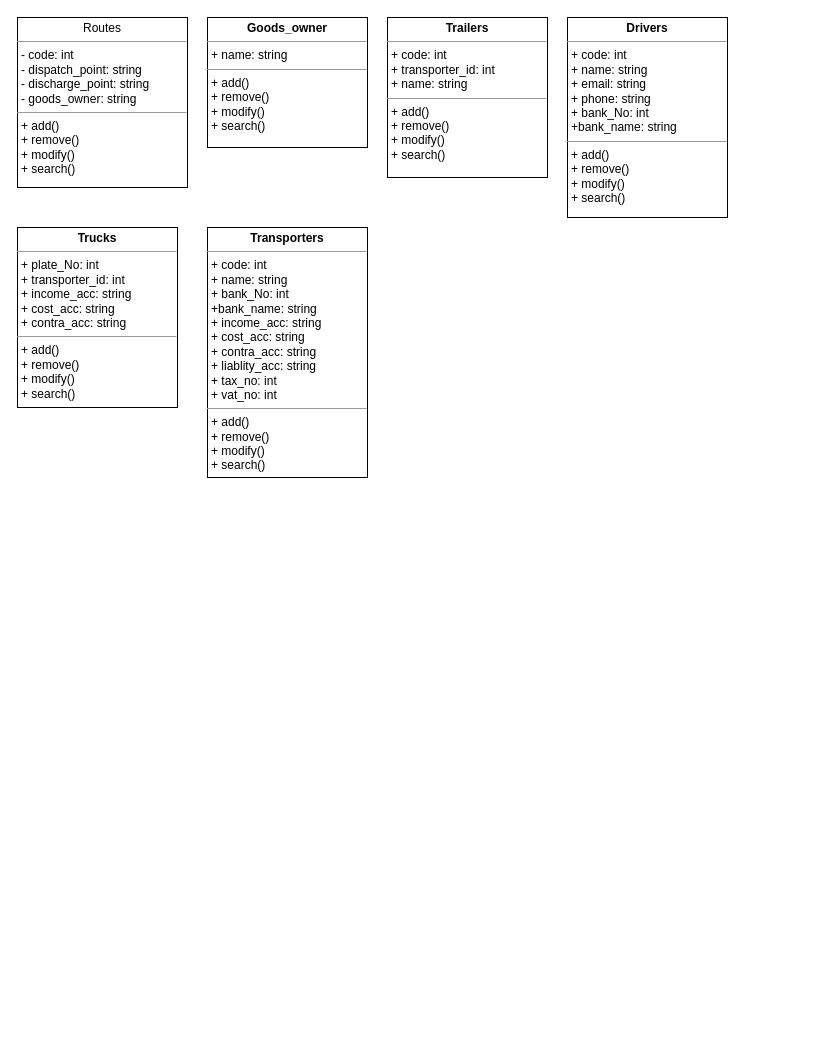
amrawni33/Transfer keeps this draw.io diagram as class diagram.drawio. Above is the earlier version. Source tidied: cells renumbered, new cells numbered last; positions are measured from the earlier drawing's top-left corner, leaving out a move shared by most shapes. Both pictures are drawn from the tidied source at 100%, with x=0, y=0 at pixel (17, 17).
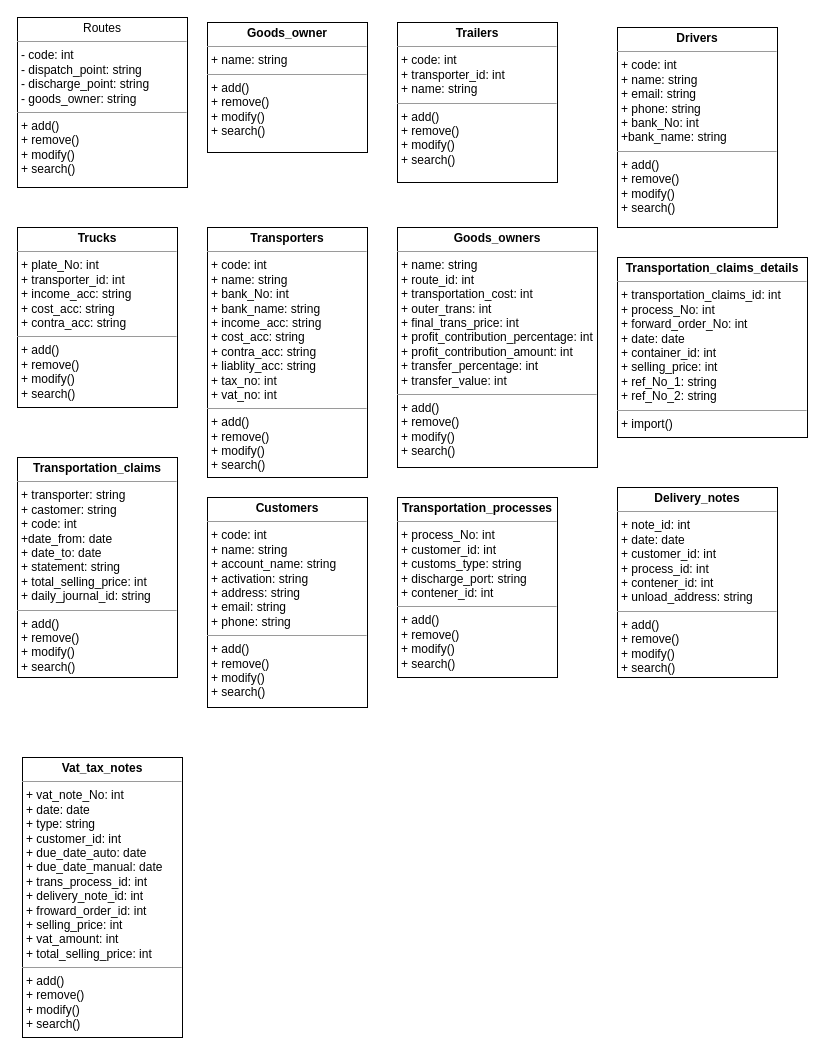
The same diagram, later.

Diff of the diagram source:
```diff
@@
 <mxGraphModel>
   <root>
     <mxCell id="0" />
     <mxCell id="1" parent="0" />
     <mxCell id="2" value="&lt;p style=&quot;margin:0px;margin-top:4px;text-align:center;&quot;&gt;Routes&lt;br&gt;&lt;/p&gt;&lt;hr size=&quot;1&quot;&gt;&lt;p style=&quot;margin:0px;margin-left:4px;&quot;&gt;- code: int&lt;/p&gt;&lt;p style=&quot;margin:0px;margin-left:4px;&quot;&gt;- dispatch_point: string&lt;/p&gt;&lt;p style=&quot;margin:0px;margin-left:4px;&quot;&gt;- discharge_point: string&lt;/p&gt;&lt;p style=&quot;margin:0px;margin-left:4px;&quot;&gt;- goods_owner: string&lt;/p&gt;&lt;hr size=&quot;1&quot;&gt;&lt;p style=&quot;margin:0px;margin-left:4px;&quot;&gt;+ add()&lt;/p&gt;&lt;p style=&quot;margin:0px;margin-left:4px;&quot;&gt;+ remove()&lt;/p&gt;&lt;p style=&quot;margin:0px;margin-left:4px;&quot;&gt;+ modify()&lt;/p&gt;&lt;p style=&quot;margin:0px;margin-left:4px;&quot;&gt;+ search()&lt;/p&gt;" style="verticalAlign=top;align=left;overflow=fill;fontSize=12;fontFamily=Helvetica;html=1;whiteSpace=wrap;" parent="1" vertex="1">
       <mxGeometry width="170" height="170" as="geometry" />
     </mxCell>
     <mxCell id="3" value="&lt;p style=&quot;margin:0px;margin-top:4px;text-align:center;&quot;&gt;&lt;b&gt;Goods_owner&lt;/b&gt;&lt;/p&gt;&lt;hr size=&quot;1&quot;&gt;&lt;p style=&quot;margin:0px;margin-left:4px;&quot;&gt;+ name: string&lt;/p&gt;&lt;hr size=&quot;1&quot;&gt;&lt;p style=&quot;margin:0px;margin-left:4px;&quot;&gt;+ add()&lt;/p&gt;&lt;p style=&quot;margin:0px;margin-left:4px;&quot;&gt;+ remove()&lt;/p&gt;&lt;p style=&quot;margin:0px;margin-left:4px;&quot;&gt;+ modify()&lt;/p&gt;&lt;p style=&quot;margin:0px;margin-left:4px;&quot;&gt;+ search()&lt;/p&gt;" style="verticalAlign=top;align=left;overflow=fill;fontSize=12;fontFamily=Helvetica;html=1;whiteSpace=wrap;" parent="1" vertex="1">
-      <mxGeometry x="190" width="160" height="130" as="geometry" />
+      <mxGeometry x="190" y="5" width="160" height="130" as="geometry" />
     </mxCell>
     <mxCell id="4" value="&lt;p style=&quot;margin:0px;margin-top:4px;text-align:center;&quot;&gt;&lt;b&gt;Trailers&lt;/b&gt;&lt;/p&gt;&lt;hr size=&quot;1&quot;&gt;&lt;p style=&quot;margin:0px;margin-left:4px;&quot;&gt;+ code: int&lt;/p&gt;&lt;p style=&quot;margin:0px;margin-left:4px;&quot;&gt;+ transporter_id: int&lt;/p&gt;&lt;p style=&quot;margin:0px;margin-left:4px;&quot;&gt;+ name: string&lt;/p&gt;&lt;hr size=&quot;1&quot;&gt;&lt;p style=&quot;margin:0px;margin-left:4px;&quot;&gt;+ add()&lt;/p&gt;&lt;p style=&quot;margin:0px;margin-left:4px;&quot;&gt;+ remove()&lt;/p&gt;&lt;p style=&quot;margin:0px;margin-left:4px;&quot;&gt;+ modify()&lt;/p&gt;&lt;p style=&quot;margin:0px;margin-left:4px;&quot;&gt;+ search()&lt;/p&gt;" style="verticalAlign=top;align=left;overflow=fill;fontSize=12;fontFamily=Helvetica;html=1;whiteSpace=wrap;" parent="1" vertex="1">
-      <mxGeometry x="370" width="160" height="160" as="geometry" />
+      <mxGeometry x="380" y="5" width="160" height="160" as="geometry" />
     </mxCell>
     <mxCell id="5" value="&lt;p style=&quot;margin:0px;margin-top:4px;text-align:center;&quot;&gt;&lt;b&gt;Drivers&lt;/b&gt;&lt;/p&gt;&lt;hr size=&quot;1&quot;&gt;&lt;p style=&quot;margin:0px;margin-left:4px;&quot;&gt;+ code: int&lt;/p&gt;&lt;p style=&quot;margin:0px;margin-left:4px;&quot;&gt;+ name: string&lt;/p&gt;&lt;p style=&quot;margin:0px;margin-left:4px;&quot;&gt;+ email: string&lt;/p&gt;&lt;p style=&quot;margin:0px;margin-left:4px;&quot;&gt;+ phone: string&lt;/p&gt;&lt;p style=&quot;margin:0px;margin-left:4px;&quot;&gt;+ bank_No: int&lt;/p&gt;&lt;p style=&quot;margin:0px;margin-left:4px;&quot;&gt;+bank_name: string&lt;/p&gt;&lt;hr size=&quot;1&quot;&gt;&lt;p style=&quot;border-color: var(--border-color); margin: 0px 0px 0px 4px;&quot;&gt;+ add()&lt;/p&gt;&lt;p style=&quot;border-color: var(--border-color); margin: 0px 0px 0px 4px;&quot;&gt;+ remove()&lt;/p&gt;&lt;p style=&quot;border-color: var(--border-color); margin: 0px 0px 0px 4px;&quot;&gt;+ modify()&lt;/p&gt;&lt;p style=&quot;border-color: var(--border-color); margin: 0px 0px 0px 4px;&quot;&gt;+ search()&lt;/p&gt;" style="verticalAlign=top;align=left;overflow=fill;fontSize=12;fontFamily=Helvetica;html=1;whiteSpace=wrap;" parent="1" vertex="1">
-      <mxGeometry x="550" width="160" height="200" as="geometry" />
+      <mxGeometry x="600" y="10" width="160" height="200" as="geometry" />
     </mxCell>
     <mxCell id="6" value="&lt;p style=&quot;margin:0px;margin-top:4px;text-align:center;&quot;&gt;&lt;b&gt;Trucks&lt;/b&gt;&lt;/p&gt;&lt;hr size=&quot;1&quot;&gt;&lt;p style=&quot;margin:0px;margin-left:4px;&quot;&gt;+ plate_No: int&lt;/p&gt;&lt;p style=&quot;margin:0px;margin-left:4px;&quot;&gt;+ transporter_id: int&lt;/p&gt;&lt;p style=&quot;margin:0px;margin-left:4px;&quot;&gt;+ income_acc: string&lt;/p&gt;&lt;p style=&quot;margin:0px;margin-left:4px;&quot;&gt;+ cost_acc: string&lt;/p&gt;&lt;p style=&quot;margin:0px;margin-left:4px;&quot;&gt;+ contra_acc: string&lt;/p&gt;&lt;hr size=&quot;1&quot;&gt;&lt;p style=&quot;border-color: var(--border-color); margin: 0px 0px 0px 4px;&quot;&gt;+ add()&lt;/p&gt;&lt;p style=&quot;border-color: var(--border-color); margin: 0px 0px 0px 4px;&quot;&gt;+ remove()&lt;/p&gt;&lt;p style=&quot;border-color: var(--border-color); margin: 0px 0px 0px 4px;&quot;&gt;+ modify()&lt;/p&gt;&lt;p style=&quot;border-color: var(--border-color); margin: 0px 0px 0px 4px;&quot;&gt;+ search()&lt;/p&gt;" style="verticalAlign=top;align=left;overflow=fill;fontSize=12;fontFamily=Helvetica;html=1;whiteSpace=wrap;" parent="1" vertex="1">
       <mxGeometry y="210" width="160" height="180" as="geometry" />
     </mxCell>
-    <mxCell id="7" value="&lt;p style=&quot;margin:0px;margin-top:4px;text-align:center;&quot;&gt;&lt;b&gt;Transporters&lt;/b&gt;&lt;/p&gt;&lt;hr size=&quot;1&quot;&gt;&lt;p style=&quot;margin:0px;margin-left:4px;&quot;&gt;+ code: int&lt;/p&gt;&lt;p style=&quot;margin:0px;margin-left:4px;&quot;&gt;+ name: string&lt;/p&gt;&lt;p style=&quot;margin:0px;margin-left:4px;&quot;&gt;&lt;span style=&quot;background-color: initial;&quot;&gt;+ bank_No: int&lt;/span&gt;&lt;br&gt;&lt;/p&gt;&lt;p style=&quot;margin:0px;margin-left:4px;&quot;&gt;+bank_name: string&lt;/p&gt;&lt;p style=&quot;border-color: var(--border-color); margin: 0px 0px 0px 4px;&quot;&gt;+ income_acc: string&lt;/p&gt;&lt;p style=&quot;border-color: var(--border-color); margin: 0px 0px 0px 4px;&quot;&gt;+ cost_acc: string&lt;/p&gt;&lt;p style=&quot;border-color: var(--border-color); margin: 0px 0px 0px 4px;&quot;&gt;+ contra_acc: string&lt;/p&gt;&lt;p style=&quot;border-color: var(--border-color); margin: 0px 0px 0px 4px;&quot;&gt;+ liablity_acc: string&lt;/p&gt;&lt;p style=&quot;border-color: var(--border-color); margin: 0px 0px 0px 4px;&quot;&gt;+ tax_no: int&lt;/p&gt;&lt;p style=&quot;border-color: var(--border-color); margin: 0px 0px 0px 4px;&quot;&gt;+ vat_no: int&lt;/p&gt;&lt;hr size=&quot;1&quot;&gt;&lt;p style=&quot;border-color: var(--border-color); margin: 0px 0px 0px 4px;&quot;&gt;+ add()&lt;/p&gt;&lt;p style=&quot;border-color: var(--border-color); margin: 0px 0px 0px 4px;&quot;&gt;+ remove()&lt;/p&gt;&lt;p style=&quot;border-color: var(--border-color); margin: 0px 0px 0px 4px;&quot;&gt;+ modify()&lt;/p&gt;&lt;p style=&quot;border-color: var(--border-color); margin: 0px 0px 0px 4px;&quot;&gt;+ search()&lt;/p&gt;" style="verticalAlign=top;align=left;overflow=fill;fontSize=12;fontFamily=Helvetica;html=1;whiteSpace=wrap;" parent="1" vertex="1">
+    <mxCell id="7" value="&lt;p style=&quot;margin:0px;margin-top:4px;text-align:center;&quot;&gt;&lt;b&gt;Transporters&lt;/b&gt;&lt;/p&gt;&lt;hr size=&quot;1&quot;&gt;&lt;p style=&quot;margin:0px;margin-left:4px;&quot;&gt;+ code: int&lt;/p&gt;&lt;p style=&quot;margin:0px;margin-left:4px;&quot;&gt;+ name: string&lt;/p&gt;&lt;p style=&quot;margin:0px;margin-left:4px;&quot;&gt;&lt;span style=&quot;background-color: initial;&quot;&gt;+ bank_No: int&lt;/span&gt;&lt;br&gt;&lt;/p&gt;&lt;p style=&quot;margin:0px;margin-left:4px;&quot;&gt;+ bank_name: string&lt;/p&gt;&lt;p style=&quot;border-color: var(--border-color); margin: 0px 0px 0px 4px;&quot;&gt;+ income_acc: string&lt;/p&gt;&lt;p style=&quot;border-color: var(--border-color); margin: 0px 0px 0px 4px;&quot;&gt;+ cost_acc: string&lt;/p&gt;&lt;p style=&quot;border-color: var(--border-color); margin: 0px 0px 0px 4px;&quot;&gt;+ contra_acc: string&lt;/p&gt;&lt;p style=&quot;border-color: var(--border-color); margin: 0px 0px 0px 4px;&quot;&gt;+ liablity_acc: string&lt;/p&gt;&lt;p style=&quot;border-color: var(--border-color); margin: 0px 0px 0px 4px;&quot;&gt;+ tax_no: int&lt;/p&gt;&lt;p style=&quot;border-color: var(--border-color); margin: 0px 0px 0px 4px;&quot;&gt;+ vat_no: int&lt;/p&gt;&lt;hr size=&quot;1&quot;&gt;&lt;p style=&quot;border-color: var(--border-color); margin: 0px 0px 0px 4px;&quot;&gt;+ add()&lt;/p&gt;&lt;p style=&quot;border-color: var(--border-color); margin: 0px 0px 0px 4px;&quot;&gt;+ remove()&lt;/p&gt;&lt;p style=&quot;border-color: var(--border-color); margin: 0px 0px 0px 4px;&quot;&gt;+ modify()&lt;/p&gt;&lt;p style=&quot;border-color: var(--border-color); margin: 0px 0px 0px 4px;&quot;&gt;+ search()&lt;/p&gt;" style="verticalAlign=top;align=left;overflow=fill;fontSize=12;fontFamily=Helvetica;html=1;whiteSpace=wrap;" parent="1" vertex="1">
       <mxGeometry x="190" y="210" width="160" height="250" as="geometry" />
     </mxCell>
+    <mxCell id="8" value="&lt;p style=&quot;margin:0px;margin-top:4px;text-align:center;&quot;&gt;&lt;b&gt;Goods_owners&lt;/b&gt;&lt;/p&gt;&lt;hr size=&quot;1&quot;&gt;&lt;p style=&quot;margin:0px;margin-left:4px;&quot;&gt;+ name: string&lt;/p&gt;&lt;p style=&quot;margin:0px;margin-left:4px;&quot;&gt;+ route_id: int&lt;/p&gt;&lt;p style=&quot;margin:0px;margin-left:4px;&quot;&gt;+ transportation_cost: int&lt;/p&gt;&lt;p style=&quot;margin:0px;margin-left:4px;&quot;&gt;&lt;span style=&quot;background-color: initial;&quot;&gt;+ outer_trans: int&lt;/span&gt;&lt;br&gt;&lt;/p&gt;&lt;p style=&quot;margin:0px;margin-left:4px;&quot;&gt;+ final_trans_price: int&lt;/p&gt;&lt;p style=&quot;border-color: var(--border-color); margin: 0px 0px 0px 4px;&quot;&gt;+ profit_contribution_percentage: int&lt;/p&gt;&lt;p style=&quot;border-color: var(--border-color); margin: 0px 0px 0px 4px;&quot;&gt;+ profit_contribution_amount: int&lt;/p&gt;&lt;p style=&quot;border-color: var(--border-color); margin: 0px 0px 0px 4px;&quot;&gt;+ transfer_percentage: int&lt;/p&gt;&lt;p style=&quot;border-color: var(--border-color); margin: 0px 0px 0px 4px;&quot;&gt;+ transfer_value: int&lt;/p&gt;&lt;hr size=&quot;1&quot;&gt;&lt;p style=&quot;border-color: var(--border-color); margin: 0px 0px 0px 4px;&quot;&gt;+ add()&lt;/p&gt;&lt;p style=&quot;border-color: var(--border-color); margin: 0px 0px 0px 4px;&quot;&gt;+ remove()&lt;/p&gt;&lt;p style=&quot;border-color: var(--border-color); margin: 0px 0px 0px 4px;&quot;&gt;+ modify()&lt;/p&gt;&lt;p style=&quot;border-color: var(--border-color); margin: 0px 0px 0px 4px;&quot;&gt;+ search()&lt;/p&gt;" style="verticalAlign=top;align=left;overflow=fill;fontSize=12;fontFamily=Helvetica;html=1;whiteSpace=wrap;" parent="1" vertex="1">
+      <mxGeometry x="380" y="210" width="200" height="240" as="geometry" />
+    </mxCell>
+    <mxCell id="9" value="&lt;p style=&quot;margin:0px;margin-top:4px;text-align:center;&quot;&gt;&lt;b&gt;Transportation_claims&lt;/b&gt;&lt;/p&gt;&lt;hr size=&quot;1&quot;&gt;&lt;p style=&quot;margin:0px;margin-left:4px;&quot;&gt;+ transporter: string&lt;/p&gt;&lt;p style=&quot;margin:0px;margin-left:4px;&quot;&gt;+ castomer: string&lt;/p&gt;&lt;p style=&quot;margin:0px;margin-left:4px;&quot;&gt;&lt;span style=&quot;background-color: initial;&quot;&gt;+ code: int&lt;/span&gt;&lt;br&gt;&lt;/p&gt;&lt;p style=&quot;margin:0px;margin-left:4px;&quot;&gt;+date_from: date&lt;/p&gt;&lt;p style=&quot;border-color: var(--border-color); margin: 0px 0px 0px 4px;&quot;&gt;+ date_to: date&lt;/p&gt;&lt;p style=&quot;border-color: var(--border-color); margin: 0px 0px 0px 4px;&quot;&gt;+ statement: string&lt;/p&gt;&lt;p style=&quot;border-color: var(--border-color); margin: 0px 0px 0px 4px;&quot;&gt;+ total_selling_price: int&lt;/p&gt;&lt;p style=&quot;border-color: var(--border-color); margin: 0px 0px 0px 4px;&quot;&gt;+ daily_journal_id: string&lt;/p&gt;&lt;hr size=&quot;1&quot;&gt;&lt;p style=&quot;border-color: var(--border-color); margin: 0px 0px 0px 4px;&quot;&gt;+ add()&lt;/p&gt;&lt;p style=&quot;border-color: var(--border-color); margin: 0px 0px 0px 4px;&quot;&gt;+ remove()&lt;/p&gt;&lt;p style=&quot;border-color: var(--border-color); margin: 0px 0px 0px 4px;&quot;&gt;+ modify()&lt;/p&gt;&lt;p style=&quot;border-color: var(--border-color); margin: 0px 0px 0px 4px;&quot;&gt;+ search()&lt;/p&gt;" style="verticalAlign=top;align=left;overflow=fill;fontSize=12;fontFamily=Helvetica;html=1;whiteSpace=wrap;" parent="1" vertex="1">
+      <mxGeometry y="440" width="160" height="220" as="geometry" />
+    </mxCell>
+    <mxCell id="10" value="&lt;p style=&quot;margin:0px;margin-top:4px;text-align:center;&quot;&gt;&lt;b style=&quot;border-color: var(--border-color);&quot;&gt;Transportation_claims_details&lt;/b&gt;&lt;/p&gt;&lt;hr size=&quot;1&quot;&gt;&lt;p style=&quot;margin:0px;margin-left:4px;&quot;&gt;+ t&lt;span style=&quot;border-color: var(--border-color); text-align: center;&quot;&gt;ransportation_claims_id&lt;/span&gt;&lt;span style=&quot;background-color: initial;&quot;&gt;: int&lt;/span&gt;&lt;/p&gt;&lt;p style=&quot;margin:0px;margin-left:4px;&quot;&gt;+ process_No: int&lt;/p&gt;&lt;p style=&quot;margin:0px;margin-left:4px;&quot;&gt;&lt;span style=&quot;background-color: initial;&quot;&gt;+ forward_order_No: int&lt;/span&gt;&lt;br&gt;&lt;/p&gt;&lt;p style=&quot;margin:0px;margin-left:4px;&quot;&gt;+ date: date&lt;/p&gt;&lt;p style=&quot;border-color: var(--border-color); margin: 0px 0px 0px 4px;&quot;&gt;+ container_id: int&lt;/p&gt;&lt;p style=&quot;border-color: var(--border-color); margin: 0px 0px 0px 4px;&quot;&gt;+ selling_price: int&lt;/p&gt;&lt;p style=&quot;border-color: var(--border-color); margin: 0px 0px 0px 4px;&quot;&gt;+ ref_No_1: string&lt;/p&gt;&lt;p style=&quot;border-color: var(--border-color); margin: 0px 0px 0px 4px;&quot;&gt;+ ref_No_2: string&lt;/p&gt;&lt;hr size=&quot;1&quot;&gt;&lt;p style=&quot;border-color: var(--border-color); margin: 0px 0px 0px 4px;&quot;&gt;+ import()&lt;/p&gt;" style="verticalAlign=top;align=left;overflow=fill;fontSize=12;fontFamily=Helvetica;html=1;whiteSpace=wrap;" parent="1" vertex="1">
+      <mxGeometry x="600" y="240" width="190" height="180" as="geometry" />
+    </mxCell>
+    <mxCell id="11" value="&lt;p style=&quot;margin:0px;margin-top:4px;text-align:center;&quot;&gt;&lt;b&gt;Customers&lt;/b&gt;&lt;/p&gt;&lt;hr size=&quot;1&quot;&gt;&lt;p style=&quot;margin:0px;margin-left:4px;&quot;&gt;+ code: int&lt;/p&gt;&lt;p style=&quot;margin:0px;margin-left:4px;&quot;&gt;+ name: string&lt;/p&gt;&lt;p style=&quot;margin:0px;margin-left:4px;&quot;&gt;&lt;span style=&quot;background-color: initial;&quot;&gt;+ account_name: string&lt;/span&gt;&lt;br&gt;&lt;/p&gt;&lt;p style=&quot;margin:0px;margin-left:4px;&quot;&gt;+ activation: string&lt;/p&gt;&lt;p style=&quot;border-color: var(--border-color); margin: 0px 0px 0px 4px;&quot;&gt;+ address: string&lt;/p&gt;&lt;p style=&quot;border-color: var(--border-color); margin: 0px 0px 0px 4px;&quot;&gt;+ email: string&lt;/p&gt;&lt;p style=&quot;border-color: var(--border-color); margin: 0px 0px 0px 4px;&quot;&gt;+ phone: string&lt;/p&gt;&lt;hr size=&quot;1&quot;&gt;&lt;p style=&quot;border-color: var(--border-color); margin: 0px 0px 0px 4px;&quot;&gt;+ add()&lt;/p&gt;&lt;p style=&quot;border-color: var(--border-color); margin: 0px 0px 0px 4px;&quot;&gt;+ remove()&lt;/p&gt;&lt;p style=&quot;border-color: var(--border-color); margin: 0px 0px 0px 4px;&quot;&gt;+ modify()&lt;/p&gt;&lt;p style=&quot;border-color: var(--border-color); margin: 0px 0px 0px 4px;&quot;&gt;+ search()&lt;/p&gt;" style="verticalAlign=top;align=left;overflow=fill;fontSize=12;fontFamily=Helvetica;html=1;whiteSpace=wrap;" parent="1" vertex="1">
+      <mxGeometry x="190" y="480" width="160" height="210" as="geometry" />
+    </mxCell>
+    <mxCell id="12" value="&lt;p style=&quot;margin:0px;margin-top:4px;text-align:center;&quot;&gt;&lt;b&gt;Transportation_processes&lt;/b&gt;&lt;/p&gt;&lt;hr size=&quot;1&quot;&gt;&lt;p style=&quot;margin:0px;margin-left:4px;&quot;&gt;+ process_No: int&lt;/p&gt;&lt;p style=&quot;margin:0px;margin-left:4px;&quot;&gt;+ customer_id: int&lt;/p&gt;&lt;p style=&quot;margin:0px;margin-left:4px;&quot;&gt;&lt;span style=&quot;background-color: initial;&quot;&gt;+ customs_type: string&lt;/span&gt;&lt;br&gt;&lt;/p&gt;&lt;p style=&quot;margin:0px;margin-left:4px;&quot;&gt;+ discharge_port: string&lt;/p&gt;&lt;p style=&quot;border-color: var(--border-color); margin: 0px 0px 0px 4px;&quot;&gt;+ contener_id: int&lt;/p&gt;&lt;hr size=&quot;1&quot;&gt;&lt;p style=&quot;border-color: var(--border-color); margin: 0px 0px 0px 4px;&quot;&gt;+ add()&lt;/p&gt;&lt;p style=&quot;border-color: var(--border-color); margin: 0px 0px 0px 4px;&quot;&gt;+ remove()&lt;/p&gt;&lt;p style=&quot;border-color: var(--border-color); margin: 0px 0px 0px 4px;&quot;&gt;+ modify()&lt;/p&gt;&lt;p style=&quot;border-color: var(--border-color); margin: 0px 0px 0px 4px;&quot;&gt;+ search()&lt;/p&gt;" style="verticalAlign=top;align=left;overflow=fill;fontSize=12;fontFamily=Helvetica;html=1;whiteSpace=wrap;" parent="1" vertex="1">
+      <mxGeometry x="380" y="480" width="160" height="180" as="geometry" />
+    </mxCell>
+    <mxCell id="13" value="&lt;p style=&quot;margin:0px;margin-top:4px;text-align:center;&quot;&gt;&lt;b&gt;Delivery_notes&lt;/b&gt;&lt;/p&gt;&lt;hr size=&quot;1&quot;&gt;&lt;p style=&quot;margin:0px;margin-left:4px;&quot;&gt;+ note_id: int&lt;/p&gt;&lt;p style=&quot;margin:0px;margin-left:4px;&quot;&gt;+ date: date&lt;/p&gt;&lt;p style=&quot;margin:0px;margin-left:4px;&quot;&gt;&lt;span style=&quot;background-color: initial;&quot;&gt;+ customer_id: int&lt;/span&gt;&lt;br&gt;&lt;/p&gt;&lt;p style=&quot;margin:0px;margin-left:4px;&quot;&gt;+ process_id: int&lt;/p&gt;&lt;p style=&quot;border-color: var(--border-color); margin: 0px 0px 0px 4px;&quot;&gt;+ contener_id: int&lt;/p&gt;&lt;p style=&quot;border-color: var(--border-color); margin: 0px 0px 0px 4px;&quot;&gt;+ unload_address: string&lt;/p&gt;&lt;hr size=&quot;1&quot;&gt;&lt;p style=&quot;border-color: var(--border-color); margin: 0px 0px 0px 4px;&quot;&gt;+ add()&lt;/p&gt;&lt;p style=&quot;border-color: var(--border-color); margin: 0px 0px 0px 4px;&quot;&gt;+ remove()&lt;/p&gt;&lt;p style=&quot;border-color: var(--border-color); margin: 0px 0px 0px 4px;&quot;&gt;+ modify()&lt;/p&gt;&lt;p style=&quot;border-color: var(--border-color); margin: 0px 0px 0px 4px;&quot;&gt;+ search()&lt;/p&gt;" style="verticalAlign=top;align=left;overflow=fill;fontSize=12;fontFamily=Helvetica;html=1;whiteSpace=wrap;" parent="1" vertex="1">
+      <mxGeometry x="600" y="470" width="160" height="190" as="geometry" />
+    </mxCell>
+    <mxCell id="14" value="&lt;p style=&quot;margin:0px;margin-top:4px;text-align:center;&quot;&gt;&lt;b&gt;Vat_tax_notes&lt;/b&gt;&lt;/p&gt;&lt;hr size=&quot;1&quot;&gt;&lt;p style=&quot;margin:0px;margin-left:4px;&quot;&gt;+ vat_note_No: int&lt;/p&gt;&lt;p style=&quot;margin:0px;margin-left:4px;&quot;&gt;+ date: date&lt;/p&gt;&lt;p style=&quot;margin:0px;margin-left:4px;&quot;&gt;&lt;span style=&quot;background-color: initial;&quot;&gt;+ type: string&lt;/span&gt;&lt;br&gt;&lt;/p&gt;&lt;p style=&quot;margin:0px;margin-left:4px;&quot;&gt;+ customer_id: int&lt;/p&gt;&lt;p style=&quot;border-color: var(--border-color); margin: 0px 0px 0px 4px;&quot;&gt;+ due_date_auto: date&lt;/p&gt;&lt;p style=&quot;border-color: var(--border-color); margin: 0px 0px 0px 4px;&quot;&gt;+ due_date_manual: date&lt;/p&gt;&lt;p style=&quot;border-color: var(--border-color); margin: 0px 0px 0px 4px;&quot;&gt;+ trans_process_id: int&lt;/p&gt;&lt;p style=&quot;border-color: var(--border-color); margin: 0px 0px 0px 4px;&quot;&gt;+ delivery_note_id: int&lt;/p&gt;&lt;p style=&quot;border-color: var(--border-color); margin: 0px 0px 0px 4px;&quot;&gt;+ froward_order_id: int&lt;/p&gt;&lt;p style=&quot;border-color: var(--border-color); margin: 0px 0px 0px 4px;&quot;&gt;+ selling_price: int&lt;/p&gt;&lt;p style=&quot;border-color: var(--border-color); margin: 0px 0px 0px 4px;&quot;&gt;+ vat_amount: int&lt;/p&gt;&lt;p style=&quot;border-color: var(--border-color); margin: 0px 0px 0px 4px;&quot;&gt;+ total_selling_price: int&lt;/p&gt;&lt;hr size=&quot;1&quot;&gt;&lt;p style=&quot;border-color: var(--border-color); margin: 0px 0px 0px 4px;&quot;&gt;+ add()&lt;/p&gt;&lt;p style=&quot;border-color: var(--border-color); margin: 0px 0px 0px 4px;&quot;&gt;+ remove()&lt;/p&gt;&lt;p style=&quot;border-color: var(--border-color); margin: 0px 0px 0px 4px;&quot;&gt;+ modify()&lt;/p&gt;&lt;p style=&quot;border-color: var(--border-color); margin: 0px 0px 0px 4px;&quot;&gt;+ search()&lt;/p&gt;" style="verticalAlign=top;align=left;overflow=fill;fontSize=12;fontFamily=Helvetica;html=1;whiteSpace=wrap;" parent="1" vertex="1">
+      <mxGeometry x="5" y="740" width="160" height="280" as="geometry" />
+    </mxCell>
   </root>
 </mxGraphModel>
```
